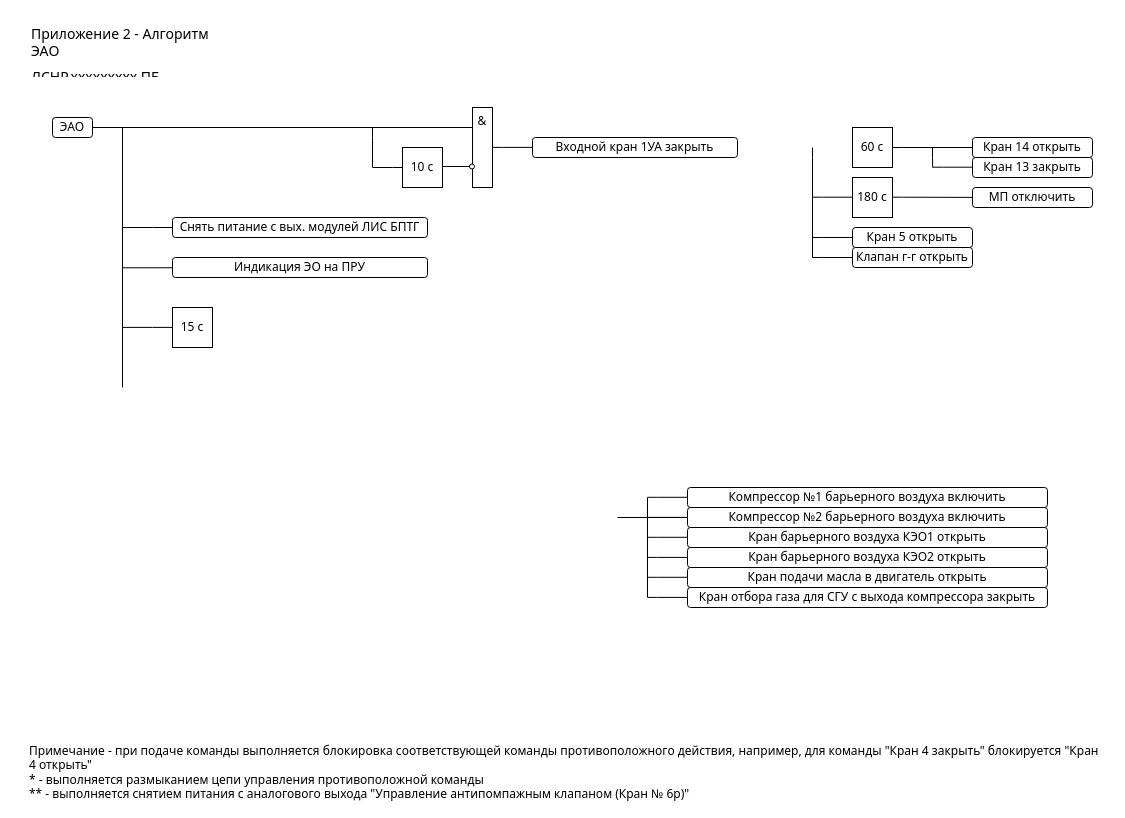
Above: page "ЭАО последствия" (2 of 2) of Алгоритм ЭАО БПТГ.drawio in dashkova/datagrams (draw.io), before the change. Source tidied: cells renumbered, new cells numbered last; positions are measured from the earlier drawing's top-left corner, leaving out a move shared by most shapes. Both pictures are drawn from the tidied source at 100%, with x=0, y=0 at pixel (27, 27).
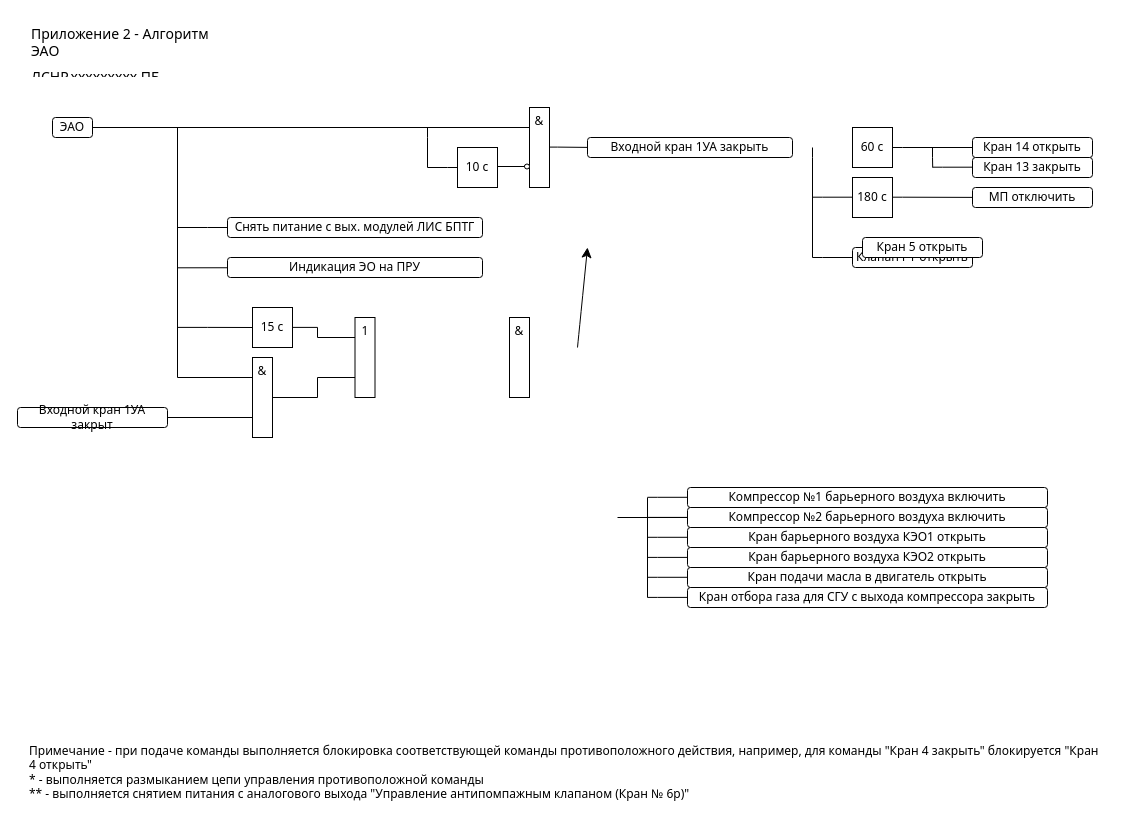
The same diagram, later.

Diff of the diagram source:
```diff
@@
     <mxCell id="5" value="Снять питание с вых. модулей ЛИС БПТГ" style="rounded=1;whiteSpace=wrap;html=1;fontFamily=Tahoma;" parent="1" vertex="1">
-      <mxGeometry x="145" y="190" width="255" height="20" as="geometry" />
+      <mxGeometry x="200" y="190" width="255" height="20" as="geometry" />
     </mxCell>
     <mxCell id="6" style="edgeStyle=orthogonalEdgeStyle;rounded=0;orthogonalLoop=1;jettySize=auto;html=1;endArrow=none;endFill=0;fontFamily=Tahoma;" parent="1" edge="1">
       <mxGeometry relative="1" as="geometry">
-        <mxPoint x="95" y="200" as="sourcePoint" />
-        <mxPoint x="145" y="200" as="targetPoint" />
+        <mxPoint x="150" y="200" as="sourcePoint" />
+        <mxPoint x="200" y="200" as="targetPoint" />
         <Array as="points">
-          <mxPoint x="125" y="200.2" />
-          <mxPoint x="125" y="200.2" />
+          <mxPoint x="180" y="200.2" />
+          <mxPoint x="180" y="200.2" />
         </Array>
       </mxGeometry>
     </mxCell>
-    <mxCell id="7" style="edgeStyle=orthogonalEdgeStyle;rounded=0;orthogonalLoop=1;jettySize=auto;html=1;endArrow=none;endFill=0;fontFamily=Tahoma;" parent="1" edge="1">
+    <mxCell id="7" style="edgeStyle=orthogonalEdgeStyle;rounded=0;jettySize=auto;html=1;endArrow=none;endFill=0;fontFamily=Tahoma;entryX=0;entryY=0.25;entryDx=0;entryDy=0;" parent="1" edge="1" target="51">
       <mxGeometry relative="1" as="geometry">
-        <mxPoint x="95" y="100" as="sourcePoint" />
-        <mxPoint x="95" y="360" as="targetPoint" />
+        <mxPoint x="150" y="100" as="sourcePoint" />
         <Array as="points">
-          <mxPoint x="95" y="220" />
-          <mxPoint x="95" y="220" />
+          <mxPoint x="150" y="350" />
         </Array>
       </mxGeometry>
     </mxCell>
     <mxCell id="8" value="Входной кран 1УА закрыть" style="whiteSpace=wrap;html=1;rounded=1;fontFamily=Tahoma;" parent="1" vertex="1">
-      <mxGeometry x="505" y="110" width="205" height="20" as="geometry" />
+      <mxGeometry x="560" y="110" width="205" height="20" as="geometry" />
     </mxCell>
     <mxCell id="9" value="15 с" style="whiteSpace=wrap;html=1;rounded=0;fontFamily=Tahoma;" parent="1" vertex="1">
-      <mxGeometry x="145" y="280" width="40" height="40" as="geometry" />
+      <mxGeometry x="225" y="280" width="40" height="40" as="geometry" />
     </mxCell>
-    <mxCell id="10" style="edgeStyle=orthogonalEdgeStyle;rounded=0;jettySize=auto;html=1;endArrow=none;endFill=0;entryX=0;entryY=0.5;entryDx=0;entryDy=0;fontFamily=Tahoma;" parent="1" edge="1" target="11">
-      <mxGeometry relative="1" as="geometry">
-        <mxPoint x="785" y="210" as="sourcePoint" />
-        <Array as="points">
-          <mxPoint x="795" y="210" />
-          <mxPoint x="795" y="210" />
-        </Array>
-      </mxGeometry>
-    </mxCell>
-    <mxCell id="11" value="Кран 5 открыть" style="whiteSpace=wrap;html=1;rounded=1;fontFamily=Tahoma;" parent="1" vertex="1">
-      <mxGeometry x="825" y="200" width="120" height="20" as="geometry" />
+    <mxCell id="11" value="Входной кран 1УА закрыт" style="whiteSpace=wrap;html=1;rounded=1;fontFamily=Tahoma;" parent="1" vertex="1">
+      <mxGeometry x="-10" y="380" width="150" height="20" as="geometry" />
     </mxCell>
@@
     <mxCell id="40" value="10 c" style="whiteSpace=wrap;html=1;rounded=0;fontFamily=Tahoma;" parent="1" vertex="1">
-      <mxGeometry x="375" y="120" width="40" height="40" as="geometry" />
+      <mxGeometry x="430" y="120" width="40" height="40" as="geometry" />
     </mxCell>
+    <mxCell id="50" style="edgeStyle=none;curved=1;rounded=0;orthogonalLoop=1;jettySize=auto;html=1;fontSize=12;startSize=8;endSize=8;" parent="1" edge="1">
+      <mxGeometry relative="1" as="geometry">
+        <mxPoint x="550" y="320" as="sourcePoint" />
+        <mxPoint x="560" y="220" as="targetPoint" />
+      </mxGeometry>
+    </mxCell>
     <mxCell id="41" value="&amp;amp;" style="whiteSpace=wrap;html=1;rounded=0;fontFamily=Tahoma;verticalAlign=top;" parent="1" vertex="1">
-      <mxGeometry x="445" y="80" width="20" height="80" as="geometry" />
+      <mxGeometry x="502" y="80" width="20" height="80" as="geometry" />
     </mxCell>
     <mxCell id="42" style="ellipse;whiteSpace=wrap;html=1;rounded=1;fontFamily=Tahoma;" parent="1" vertex="1">
-      <mxGeometry x="442" y="136.5" width="5" height="5" as="geometry" />
+      <mxGeometry x="497" y="136.5" width="5" height="5" as="geometry" />
     </mxCell>
     <mxCell id="43" style="edgeStyle=orthogonalEdgeStyle;rounded=0;orthogonalLoop=1;jettySize=auto;html=1;endArrow=none;endFill=0;fontFamily=Tahoma;" parent="1" edge="1">
       <mxGeometry relative="1" as="geometry">
-        <mxPoint x="345" y="140" as="sourcePoint" />
-        <mxPoint x="375" y="140" as="targetPoint" />
+        <mxPoint x="400" y="140" as="sourcePoint" />
+        <mxPoint x="430" y="140" as="targetPoint" />
         <Array as="points">
-          <mxPoint x="365" y="140" />
-          <mxPoint x="365" y="140" />
+          <mxPoint x="420" y="140" />
+          <mxPoint x="420" y="140" />
         </Array>
       </mxGeometry>
     </mxCell>
     <mxCell id="44" style="edgeStyle=orthogonalEdgeStyle;rounded=0;orthogonalLoop=1;jettySize=auto;html=1;endArrow=none;endFill=0;fontFamily=Tahoma;entryX=0;entryY=0.5;entryDx=0;entryDy=0;exitX=1;exitY=0.5;exitDx=0;exitDy=0;" parent="1" edge="1">
       <mxGeometry relative="1" as="geometry">
-        <mxPoint x="415" y="139" as="sourcePoint" />
-        <mxPoint x="442" y="138" as="targetPoint" />
+        <mxPoint x="470" y="139" as="sourcePoint" />
+        <mxPoint x="497" y="138" as="targetPoint" />
       </mxGeometry>
     </mxCell>
     <mxCell id="45" style="edgeStyle=orthogonalEdgeStyle;rounded=0;orthogonalLoop=1;jettySize=auto;html=1;endArrow=none;endFill=0;fontFamily=Tahoma;" parent="1" edge="1">
       <mxGeometry relative="1" as="geometry">
-        <mxPoint x="345" y="100" as="sourcePoint" />
-        <mxPoint x="345" y="140" as="targetPoint" />
+        <mxPoint x="400" y="100" as="sourcePoint" />
+        <mxPoint x="400" y="140" as="targetPoint" />
         <Array as="points">
-          <mxPoint x="345" y="110" />
-          <mxPoint x="345" y="110" />
+          <mxPoint x="400" y="110" />
+          <mxPoint x="400" y="110" />
         </Array>
       </mxGeometry>
     </mxCell>
-    <mxCell id="46" style="edgeStyle=orthogonalEdgeStyle;rounded=0;orthogonalLoop=1;jettySize=auto;html=1;endArrow=none;endFill=0;entryX=0;entryY=0.5;entryDx=0;entryDy=0;fontFamily=Tahoma;" parent="1" edge="1">
+    <mxCell id="46" style="edgeStyle=orthogonalEdgeStyle;rounded=0;jettySize=auto;html=1;endArrow=none;endFill=0;entryX=0;entryY=0.5;entryDx=0;entryDy=0;fontFamily=Tahoma;exitX=1.008;exitY=0.495;exitDx=0;exitDy=0;exitPerimeter=0;" parent="1" edge="1" source="41">
       <mxGeometry relative="1" as="geometry">
-        <mxPoint x="465" y="119.9" as="sourcePoint" />
-        <mxPoint x="505" y="119.9" as="targetPoint" />
+        <mxPoint x="560" y="119.9" as="targetPoint" />
         <Array as="points">
-          <mxPoint x="475" y="119.9" />
-          <mxPoint x="475" y="119.9" />
+          <mxPoint x="530" y="120" />
         </Array>
       </mxGeometry>
     </mxCell>
     <mxCell id="47" value="Индикация ЭО на ПРУ" style="whiteSpace=wrap;html=1;rounded=1;fontFamily=Tahoma;" parent="1" vertex="1">
-      <mxGeometry x="145" y="230" width="255" height="20" as="geometry" />
+      <mxGeometry x="200" y="230" width="255" height="20" as="geometry" />
     </mxCell>
     <mxCell id="48" style="edgeStyle=orthogonalEdgeStyle;rounded=0;jettySize=auto;html=1;endArrow=none;endFill=0;fontFamily=Tahoma;exitX=1;exitY=0.5;exitDx=0;exitDy=0;entryX=0.002;entryY=0.513;entryDx=0;entryDy=0;entryPerimeter=0;" parent="1" edge="1" target="47">
       <mxGeometry relative="1" as="geometry">
         <mxPoint x="65" y="100" as="sourcePoint" />
         <Array as="points">
-          <mxPoint x="95" y="100" />
-          <mxPoint x="95" y="240" />
+          <mxPoint x="150" y="100" />
+          <mxPoint x="150" y="240" />
         </Array>
       </mxGeometry>
     </mxCell>
-    <mxCell id="49" style="edgeStyle=orthogonalEdgeStyle;rounded=0;orthogonalLoop=1;jettySize=auto;html=1;endArrow=none;endFill=0;fontFamily=Tahoma;" parent="1" edge="1">
+    <mxCell id="49" style="edgeStyle=orthogonalEdgeStyle;rounded=0;jettySize=auto;html=1;endArrow=none;endFill=0;fontFamily=Tahoma;entryX=0;entryY=0.5;entryDx=0;entryDy=0;" parent="1" edge="1" target="9">
       <mxGeometry relative="1" as="geometry">
-        <mxPoint x="95" y="299.9" as="sourcePoint" />
-        <mxPoint x="145" y="299.9" as="targetPoint" />
+        <mxPoint x="150" y="299.9" as="sourcePoint" />
         <Array as="points">
-          <mxPoint x="125" y="300.1" />
-          <mxPoint x="125" y="300.1" />
+          <mxPoint x="180" y="300" />
         </Array>
       </mxGeometry>
     </mxCell>
+    <mxCell id="51" value="&amp;amp;" style="whiteSpace=wrap;html=1;rounded=0;fontFamily=Tahoma;verticalAlign=top;" parent="1" vertex="1">
+      <mxGeometry x="225" y="330" width="20" height="80" as="geometry" />
+    </mxCell>
+    <mxCell id="52" value="1" style="whiteSpace=wrap;html=1;rounded=0;fontFamily=Tahoma;verticalAlign=top;" parent="1" vertex="1">
+      <mxGeometry x="327.5" y="290" width="20" height="80" as="geometry" />
+    </mxCell>
+    <mxCell id="53" value="Кран 5 открыть" style="whiteSpace=wrap;html=1;rounded=1;fontFamily=Tahoma;" parent="1" vertex="1">
+      <mxGeometry x="835" y="210" width="120" height="20" as="geometry" />
+    </mxCell>
+    <mxCell id="54" style="edgeStyle=orthogonalEdgeStyle;rounded=0;jettySize=auto;html=1;endArrow=none;endFill=0;fontFamily=Tahoma;entryX=0;entryY=0.75;entryDx=0;entryDy=0;exitX=1;exitY=0.5;exitDx=0;exitDy=0;" parent="1" edge="1" source="11" target="51">
+      <mxGeometry relative="1" as="geometry">
+        <Array as="points">
+          <mxPoint x="140" y="390" />
+        </Array>
+      </mxGeometry>
+    </mxCell>
+    <mxCell id="55" style="edgeStyle=orthogonalEdgeStyle;rounded=0;jettySize=auto;html=1;endArrow=none;endFill=0;fontFamily=Tahoma;entryX=0;entryY=0.75;entryDx=0;entryDy=0;" parent="1" edge="1" target="52">
+      <mxGeometry relative="1" as="geometry">
+        <mxPoint x="245" y="370" as="sourcePoint" />
+        <Array as="points">
+          <mxPoint x="290" y="370" />
+          <mxPoint x="290" y="350" />
+        </Array>
+      </mxGeometry>
+    </mxCell>
+    <mxCell id="56" style="edgeStyle=orthogonalEdgeStyle;rounded=0;jettySize=auto;html=1;endArrow=none;endFill=0;fontFamily=Tahoma;entryX=0;entryY=0.25;entryDx=0;entryDy=0;" parent="1" edge="1" target="52">
+      <mxGeometry relative="1" as="geometry">
+        <mxPoint x="265" y="299.9" as="sourcePoint" />
+        <Array as="points">
+          <mxPoint x="290" y="300" />
+          <mxPoint x="290" y="310" />
+        </Array>
+      </mxGeometry>
+    </mxCell>
+    <mxCell id="57" value="&amp;amp;" style="whiteSpace=wrap;html=1;rounded=0;fontFamily=Tahoma;verticalAlign=top;" parent="1" vertex="1">
+      <mxGeometry x="482" y="290" width="20" height="80" as="geometry" />
+    </mxCell>
```
